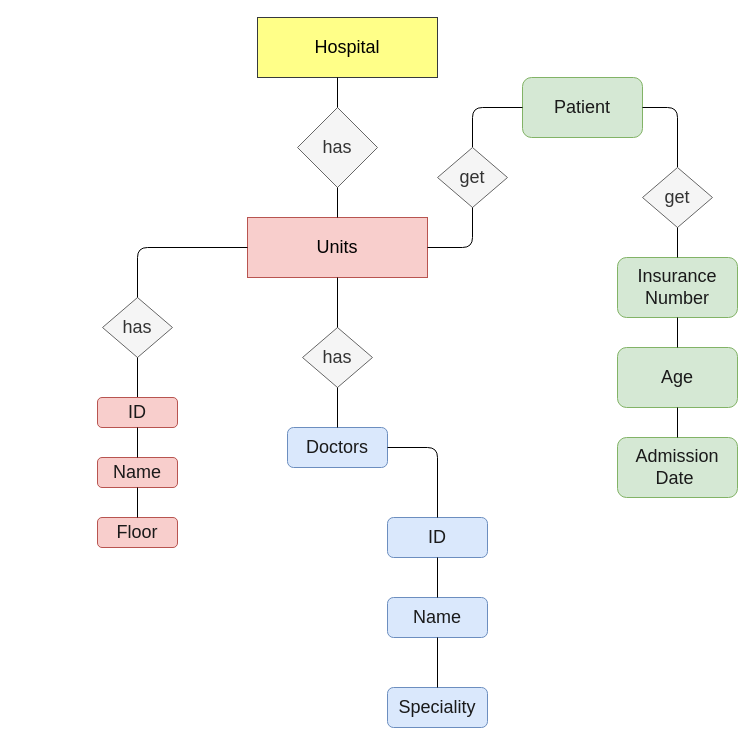
This is page "Page-2" (2 of 2) of Health_Center.drawio from Queeen520/DATABASE_PLANNING, a draw.io file, before an edit. Source tidied: cells renumbered, new cells numbered last; positions are measured from the earlier drawing's top-left corner, leaving out a move shared by most shapes. Both pictures are drawn from the tidied source at 100%, with x=0, y=0 at pixel (97, 17).
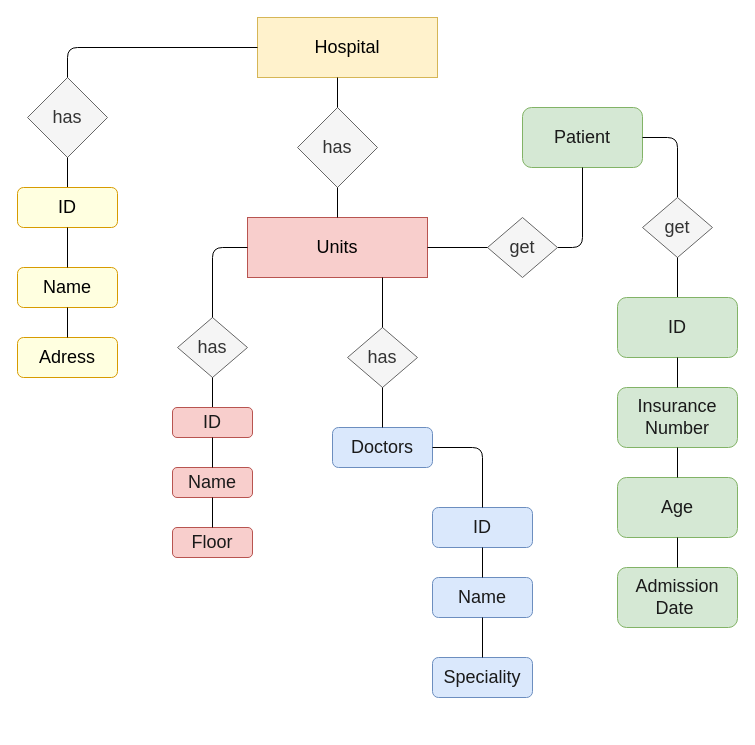
Above is the later version.

The change refers to these unchanged cells:
```xml
<mxCell id="4" value="&lt;font color=&quot;#000000&quot;&gt;Units&lt;/font&gt;" style="rounded=0;whiteSpace=wrap;html=1;fontSize=18;fillColor=#f8cecc;strokeColor=#b85450;" parent="1" vertex="1">
  <mxGeometry x="150" y="200" width="180" height="60" as="geometry" />
</mxCell>
```

Diff of the diagram source:
```diff
@@
-    <mxCell id="2" value="&lt;font color=&quot;#000000&quot;&gt;Hospital&lt;/font&gt;" style="rounded=0;whiteSpace=wrap;html=1;fontSize=18;fillColor=#ffff88;strokeColor=#36393d;" parent="1" vertex="1">
+    <mxCell id="2" value="&lt;font color=&quot;#000000&quot;&gt;Hospital&lt;/font&gt;" style="rounded=0;whiteSpace=wrap;html=1;fontSize=18;fillColor=#fff2cc;strokeColor=#d6b656;" parent="1" vertex="1">
       <mxGeometry x="160" width="180" height="60" as="geometry" />
     </mxCell>
@@
     <mxCell id="7" value="&lt;font color=&quot;#1a1a1a&quot;&gt;Patient&lt;/font&gt;" style="rounded=1;whiteSpace=wrap;html=1;fontSize=18;fillColor=#d5e8d4;strokeColor=#82b366;" parent="1" vertex="1">
-      <mxGeometry x="425" y="60" width="120" height="60" as="geometry" />
+      <mxGeometry x="425" y="90" width="120" height="60" as="geometry" />
     </mxCell>
     <mxCell id="8" value="&lt;font color=&quot;#1a1a1a&quot;&gt;Doctors&lt;/font&gt;" style="rounded=1;whiteSpace=wrap;html=1;fontSize=18;fillColor=#dae8fc;strokeColor=#6c8ebf;" parent="1" vertex="1">
-      <mxGeometry x="190" y="410" width="100" height="40" as="geometry" />
+      <mxGeometry x="235" y="410" width="100" height="40" as="geometry" />
     </mxCell>
     <mxCell id="9" value="has" style="rhombus;whiteSpace=wrap;html=1;fontSize=18;fontColor=#333333;fillColor=#f5f5f5;strokeColor=#666666;" parent="1" vertex="1">
-      <mxGeometry x="205" y="310" width="70" height="60" as="geometry" />
+      <mxGeometry x="250" y="310" width="70" height="60" as="geometry" />
     </mxCell>
@@
     <mxCell id="11" value="has" style="rhombus;whiteSpace=wrap;html=1;fontSize=18;fontColor=#333333;fillColor=#f5f5f5;strokeColor=#666666;" parent="1" vertex="1">
-      <mxGeometry x="5" y="280" width="70" height="60" as="geometry" />
+      <mxGeometry x="80" y="300" width="70" height="60" as="geometry" />
     </mxCell>
@@
     <mxCell id="13" value="&lt;font color=&quot;#1a1a1a&quot;&gt;ID&lt;/font&gt;" style="rounded=1;whiteSpace=wrap;html=1;fontSize=18;fillColor=#f8cecc;strokeColor=#b85450;" parent="1" vertex="1">
-      <mxGeometry y="380" width="80" height="30" as="geometry" />
+      <mxGeometry x="75" y="390" width="80" height="30" as="geometry" />
     </mxCell>
     <mxCell id="14" value="&lt;font color=&quot;#1a1a1a&quot;&gt;Name&lt;/font&gt;" style="rounded=1;whiteSpace=wrap;html=1;fontSize=18;fillColor=#f8cecc;strokeColor=#b85450;" parent="1" vertex="1">
-      <mxGeometry y="440" width="80" height="30" as="geometry" />
+      <mxGeometry x="75" y="450" width="80" height="30" as="geometry" />
     </mxCell>
     <mxCell id="15" value="&lt;font color=&quot;#1a1a1a&quot;&gt;Floor&lt;/font&gt;" style="rounded=1;whiteSpace=wrap;html=1;fontSize=18;fillColor=#f8cecc;strokeColor=#b85450;" parent="1" vertex="1">
-      <mxGeometry y="500" width="80" height="30" as="geometry" />
+      <mxGeometry x="75" y="510" width="80" height="30" as="geometry" />
     </mxCell>
@@
     <mxCell id="19" value="&lt;font color=&quot;#1a1a1a&quot;&gt;Name&lt;/font&gt;" style="rounded=1;whiteSpace=wrap;html=1;fontSize=18;fillColor=#dae8fc;strokeColor=#6c8ebf;" parent="1" vertex="1">
-      <mxGeometry x="290" y="580" width="100" height="40" as="geometry" />
+      <mxGeometry x="335" y="560" width="100" height="40" as="geometry" />
     </mxCell>
     <mxCell id="20" value="&lt;font color=&quot;#1a1a1a&quot;&gt;ID&lt;/font&gt;" style="rounded=1;whiteSpace=wrap;html=1;fontSize=18;fillColor=#dae8fc;strokeColor=#6c8ebf;" parent="1" vertex="1">
-      <mxGeometry x="290" y="500" width="100" height="40" as="geometry" />
+      <mxGeometry x="335" y="490" width="100" height="40" as="geometry" />
     </mxCell>
     <mxCell id="21" value="&lt;font color=&quot;#1a1a1a&quot;&gt;Speciality&lt;/font&gt;" style="rounded=1;whiteSpace=wrap;html=1;fontSize=18;fillColor=#dae8fc;strokeColor=#6c8ebf;" parent="1" vertex="1">
-      <mxGeometry x="290" y="670" width="100" height="40" as="geometry" />
+      <mxGeometry x="335" y="640" width="100" height="40" as="geometry" />
     </mxCell>
@@
-    <mxCell id="25" style="endArrow=none;html=1;fontSize=18;fontColor=#1A1A1A;entryX=0.5;entryY=1;entryDx=0;entryDy=0;exitX=0.5;exitY=0;exitDx=0;exitDy=0;" parent="1" edge="1" source="9" target="4">
+    <mxCell id="25" style="endArrow=none;html=1;fontSize=18;fontColor=#1A1A1A;exitX=0.5;exitY=0;exitDx=0;exitDy=0;entryX=0.75;entryY=1;entryDx=0;entryDy=0;" parent="1" edge="1" source="9" target="4">
       <mxGeometry relative="1" as="geometry" />
     </mxCell>
-    <mxCell id="26" style="endArrow=none;html=1;fontSize=18;fontColor=#000000;entryX=0;entryY=0.5;entryDx=0;entryDy=0;exitX=0.5;exitY=0;exitDx=0;exitDy=0;edgeStyle=orthogonalEdgeStyle;startArrow=none;" parent="1" edge="1" source="35" target="7">
+    <mxCell id="26" style="endArrow=none;html=1;fontSize=18;fontColor=#000000;entryX=0.5;entryY=1;entryDx=0;entryDy=0;exitX=1;exitY=0.5;exitDx=0;exitDy=0;edgeStyle=orthogonalEdgeStyle;startArrow=none;" parent="1" edge="1" source="35" target="7">
       <mxGeometry relative="1" as="geometry" />
     </mxCell>
@@
     <mxCell id="28" value="&lt;font color=&quot;#1a1a1a&quot;&gt;Insurance Number&lt;/font&gt;" style="rounded=1;whiteSpace=wrap;html=1;fontSize=18;fillColor=#d5e8d4;strokeColor=#82b366;" parent="1" vertex="1">
-      <mxGeometry x="520" y="240" width="120" height="60" as="geometry" />
+      <mxGeometry x="520" y="370" width="120" height="60" as="geometry" />
     </mxCell>
     <mxCell id="29" value="&lt;font color=&quot;#1a1a1a&quot;&gt;Age&lt;/font&gt;" style="rounded=1;whiteSpace=wrap;html=1;fontSize=18;fillColor=#d5e8d4;strokeColor=#82b366;" parent="1" vertex="1">
-      <mxGeometry x="520" y="330" width="120" height="60" as="geometry" />
+      <mxGeometry x="520" y="460" width="120" height="60" as="geometry" />
     </mxCell>
     <mxCell id="30" value="&lt;font color=&quot;#1a1a1a&quot;&gt;Admission Date&amp;nbsp;&lt;/font&gt;" style="rounded=1;whiteSpace=wrap;html=1;fontSize=18;fillColor=#d5e8d4;strokeColor=#82b366;" parent="1" vertex="1">
-      <mxGeometry x="520" y="420" width="120" height="60" as="geometry" />
+      <mxGeometry x="520" y="550" width="120" height="60" as="geometry" />
     </mxCell>
@@
     <mxCell id="33" value="get" style="rhombus;whiteSpace=wrap;html=1;fontSize=18;fontColor=#333333;fillColor=#f5f5f5;strokeColor=#666666;" parent="1" vertex="1">
-      <mxGeometry x="545" y="150" width="70" height="60" as="geometry" />
+      <mxGeometry x="545" y="180" width="70" height="60" as="geometry" />
     </mxCell>
-    <mxCell id="34" style="endArrow=none;html=1;fontSize=18;fontColor=#000000;entryX=0.5;entryY=1;entryDx=0;entryDy=0;exitX=0.5;exitY=0;exitDx=0;exitDy=0;edgeStyle=orthogonalEdgeStyle;" parent="1" edge="1" source="28" target="33">
+    <mxCell id="34" style="endArrow=none;html=1;fontSize=18;fontColor=#000000;entryX=0.5;entryY=1;entryDx=0;entryDy=0;exitX=0.5;exitY=0;exitDx=0;exitDy=0;edgeStyle=orthogonalEdgeStyle;startArrow=none;" parent="1" edge="1" source="40" target="33">
       <mxGeometry relative="1" as="geometry" />
     </mxCell>
     <mxCell id="35" value="get" style="rhombus;whiteSpace=wrap;html=1;fontSize=18;fontColor=#333333;fillColor=#f5f5f5;strokeColor=#666666;" parent="1" vertex="1">
-      <mxGeometry x="340" y="130" width="70" height="60" as="geometry" />
+      <mxGeometry x="390" y="200" width="70" height="60" as="geometry" />
     </mxCell>
+    <mxCell id="37" value="has" style="rhombus;whiteSpace=wrap;html=1;fontSize=18;fillColor=#f5f5f5;strokeColor=#666666;fontColor=#333333;" parent="1" vertex="1">
+      <mxGeometry x="-70" y="60" width="80" height="80" as="geometry" />
+    </mxCell>
+    <mxCell id="38" style="endArrow=none;html=1;fontSize=18;fontColor=#000000;entryX=0;entryY=0.5;entryDx=0;entryDy=0;exitX=0.5;exitY=0;exitDx=0;exitDy=0;edgeStyle=orthogonalEdgeStyle;" parent="1" edge="1" source="37" target="2">
+      <mxGeometry relative="1" as="geometry" />
+    </mxCell>
+    <mxCell id="39" style="endArrow=none;html=1;fontSize=18;fontColor=#1A1A1A;entryX=0.5;entryY=1;entryDx=0;entryDy=0;" parent="1" edge="1" target="37">
+      <mxGeometry relative="1" as="geometry">
+        <mxPoint x="-30" y="200" as="sourcePoint" />
+      </mxGeometry>
+    </mxCell>
+    <mxCell id="40" value="&lt;font color=&quot;#1a1a1a&quot;&gt;ID&lt;/font&gt;" style="rounded=1;whiteSpace=wrap;html=1;fontSize=18;fillColor=#d5e8d4;strokeColor=#82b366;" parent="1" vertex="1">
+      <mxGeometry x="520" y="280" width="120" height="60" as="geometry" />
+    </mxCell>
+    <mxCell id="41" style="endArrow=none;html=1;fontSize=18;fontColor=#000000;entryX=0.5;entryY=1;entryDx=0;entryDy=0;exitX=0.5;exitY=0;exitDx=0;exitDy=0;edgeStyle=orthogonalEdgeStyle;" parent="1" edge="1" source="28" target="40">
+      <mxGeometry relative="1" as="geometry" />
+    </mxCell>
-    <mxCell id="36" style="endArrow=none;html=1;fontSize=18;fontColor=#000000;entryX=0.5;entryY=1;entryDx=0;entryDy=0;exitX=1;exitY=0.5;exitDx=0;exitDy=0;edgeStyle=orthogonalEdgeStyle;" parent="1" edge="1" source="4" target="35">
+    <mxCell id="36" style="endArrow=none;html=1;fontSize=18;fontColor=#000000;entryX=0;entryY=0.5;entryDx=0;entryDy=0;exitX=1;exitY=0.5;exitDx=0;exitDy=0;" parent="1" edge="1" source="4" target="35">
       <mxGeometry relative="1" as="geometry" />
     </mxCell>
+    <mxCell id="42" value="&lt;font color=&quot;#000000&quot;&gt;ID&lt;/font&gt;" style="rounded=1;whiteSpace=wrap;html=1;fontSize=18;fillColor=#FFFFE0;strokeColor=#d79b00;" parent="1" vertex="1">
+      <mxGeometry x="-80" y="170" width="100" height="40" as="geometry" />
+    </mxCell>
+    <mxCell id="43" value="&lt;font color=&quot;#000000&quot;&gt;Name&lt;/font&gt;" style="rounded=1;whiteSpace=wrap;html=1;fontSize=18;fillColor=#FFFFE0;strokeColor=#d79b00;" parent="1" vertex="1">
+      <mxGeometry x="-80" y="250" width="100" height="40" as="geometry" />
+    </mxCell>
+    <mxCell id="44" value="&lt;font color=&quot;#000000&quot;&gt;Adress&lt;/font&gt;" style="rounded=1;whiteSpace=wrap;html=1;fontSize=18;fillColor=#FFFFE0;strokeColor=#d79b00;" parent="1" vertex="1">
+      <mxGeometry x="-80" y="320" width="100" height="40" as="geometry" />
+    </mxCell>
+    <mxCell id="45" style="endArrow=none;html=1;fontSize=18;fontColor=#000000;entryX=0.5;entryY=1;entryDx=0;entryDy=0;exitX=0.5;exitY=0;exitDx=0;exitDy=0;" parent="1" edge="1" source="43" target="42">
+      <mxGeometry relative="1" as="geometry" />
+    </mxCell>
+    <mxCell id="46" style="endArrow=none;html=1;fontSize=18;fontColor=#000000;exitX=0.5;exitY=0;exitDx=0;exitDy=0;entryX=0.5;entryY=1;entryDx=0;entryDy=0;" parent="1" edge="1" source="44" target="43">
+      <mxGeometry relative="1" as="geometry" />
+    </mxCell>
```
